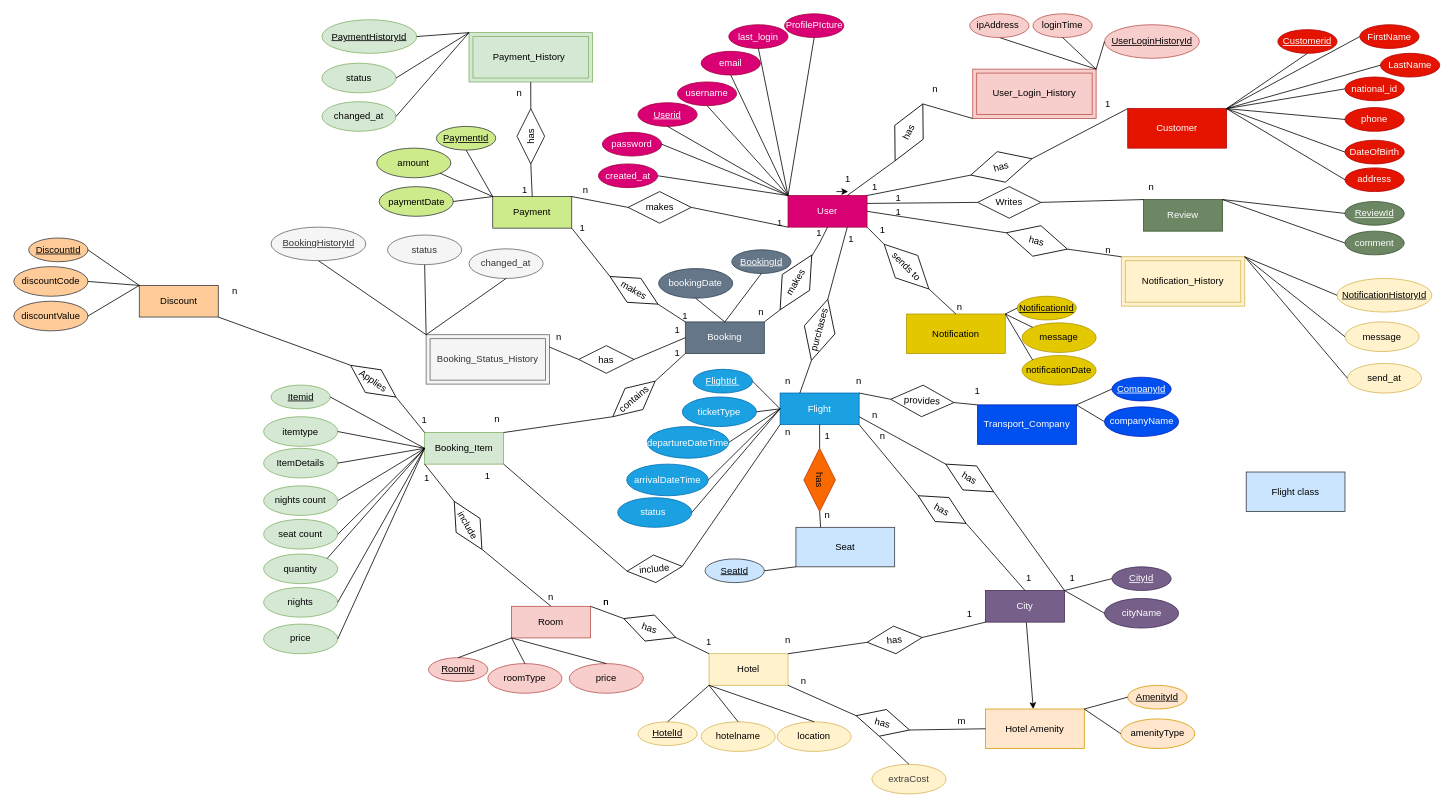
Above: Gazirokh-docs/Diagrams/ER.drawio in MirHosseinAmiriNotash/Gazirokh (draw.io), before the change. Source tidied: cells renumbered, new cells numbered last; positions are measured from the earlier drawing's top-left corner, leaving out a move shared by most shapes. Both pictures are drawn from the tidied source at 79%, with x=0, y=0 at pixel (13, 13).
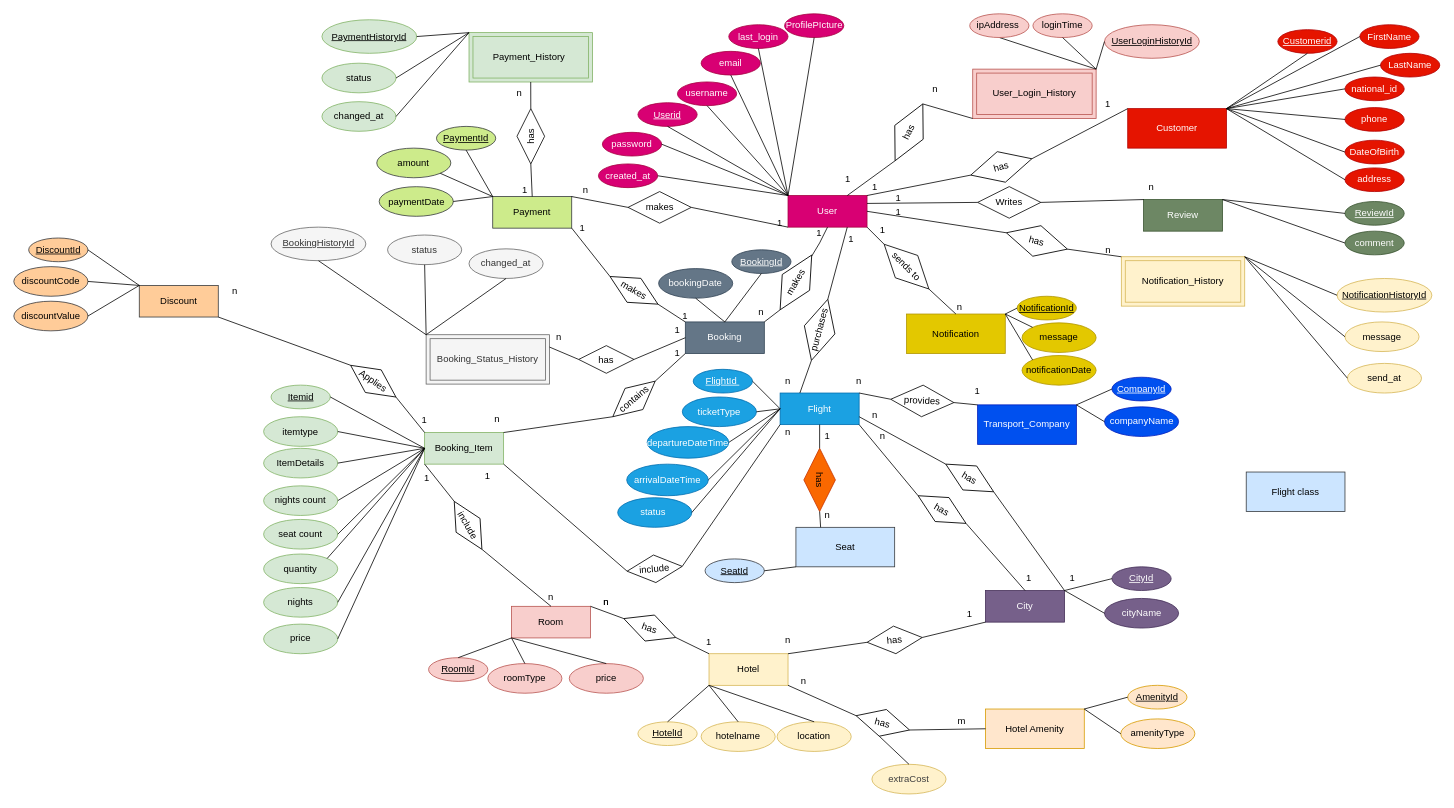
Above is the later version.

Commit message:
remove unused lines

The change refers to these unchanged cells:
```xml
<mxCell id="12" value="City    " style="whiteSpace=wrap;html=1;align=center;fillColor=#76608a;fontColor=#ffffff;strokeColor=#432D57;" parent="1" vertex="1">
  <mxGeometry x="1230" y="730" width="100" height="40" as="geometry" />
</mxCell>
<mxCell id="14" value="Hotel Amenity    " style="whiteSpace=wrap;html=1;align=center;fillColor=#ffe6cc;strokeColor=#d79b00;" parent="1" vertex="1">
  <mxGeometry x="1230" y="880" width="125" height="50" as="geometry" />
</mxCell>
<mxCell id="242" value="1" style="text;html=1;align=center;verticalAlign=middle;whiteSpace=wrap;rounded=0;" parent="1" vertex="1">
  <mxGeometry x="1026.2" y="195" width="60" height="30" as="geometry" />
</mxCell>
```

Diff of the diagram source:
```diff
@@
-    <mxCell id="11" style="edgeStyle=none;html=1;" parent="1" edge="1" source="12" target="14">
-      <mxGeometry relative="1" as="geometry" />
-    </mxCell>
@@
-    <mxCell id="253" style="edgeStyle=none;html=1;exitX=0.25;exitY=1;exitDx=0;exitDy=0;entryX=0.5;entryY=1;entryDx=0;entryDy=0;" parent="1" edge="1" source="242" target="242">
-      <mxGeometry relative="1" as="geometry" />
-    </mxCell>
```
